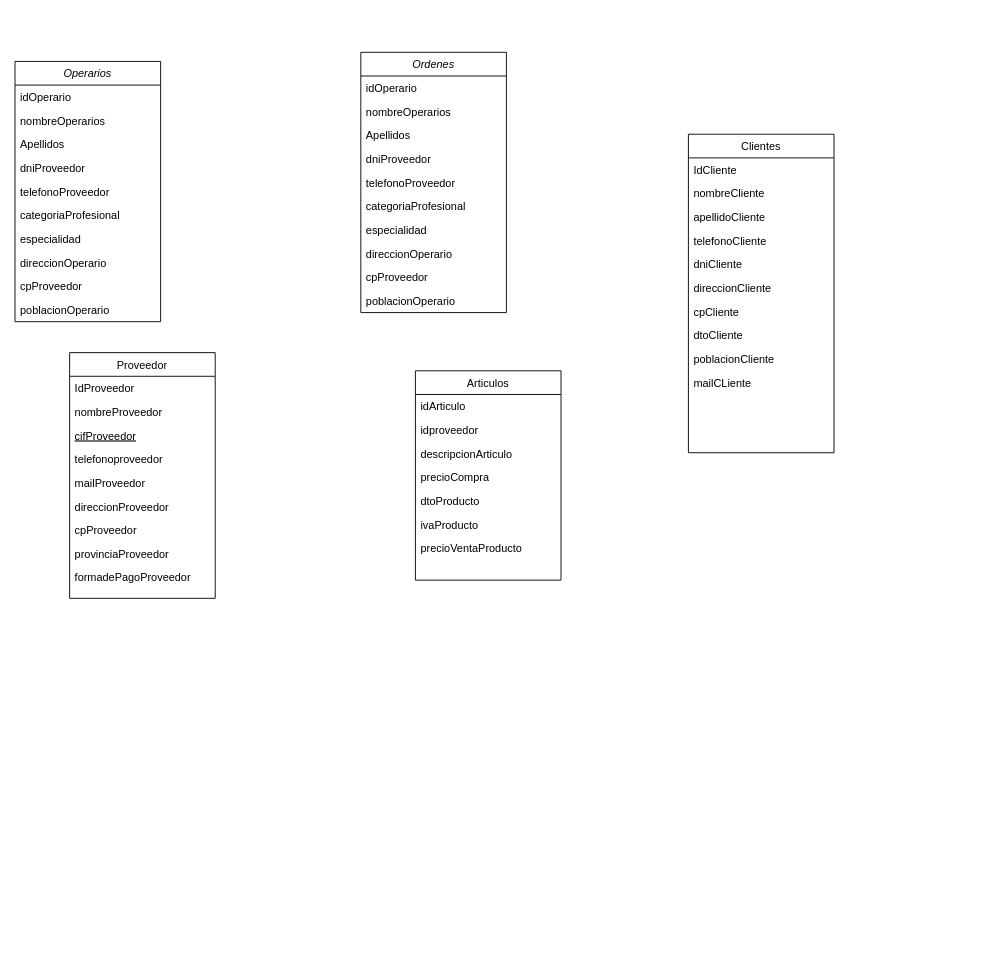
Before: Mi_UML_INREMO.drawio in Shmarte1970/drawIO, a draw.io diagram. Source tidied: cells renumbered, new cells numbered last; positions are measured from the earlier drawing's top-left corner, leaving out a move shared by most shapes. Both pictures are drawn from the tidied source at 91%, with x=0, y=0 at pixel (15, 52).
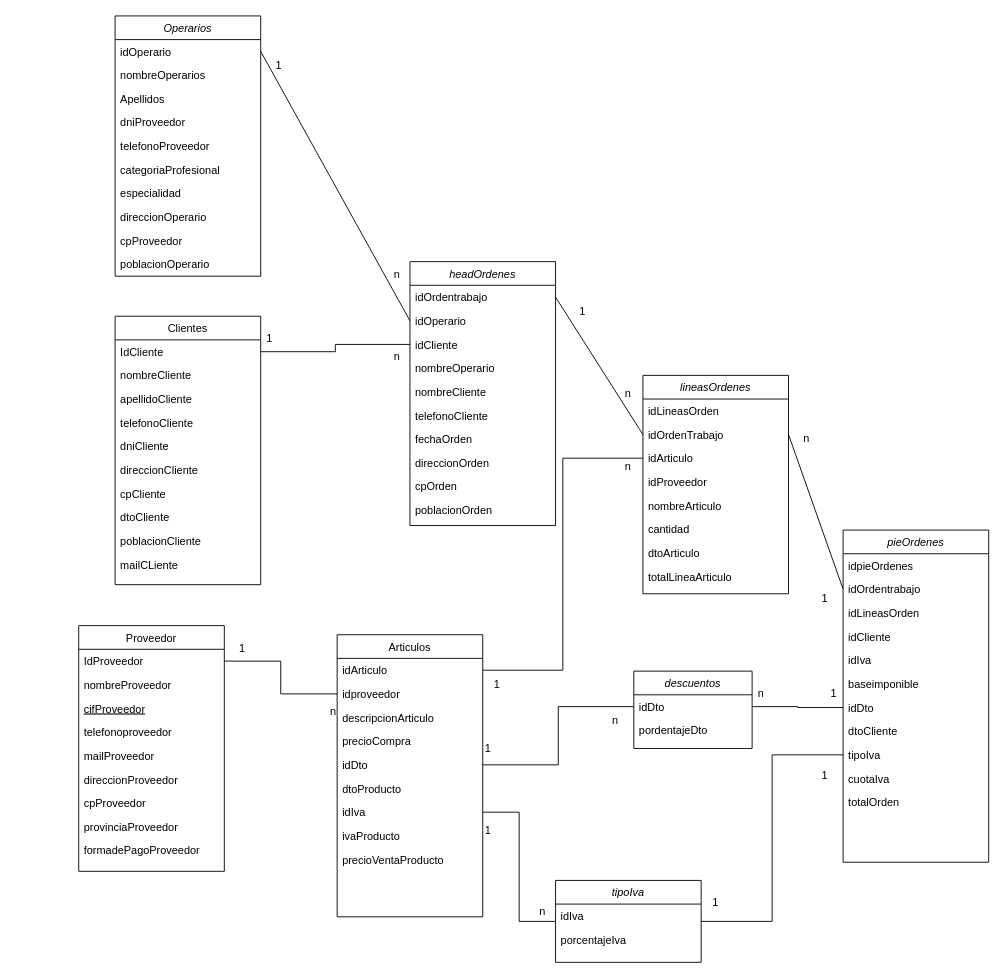
The same page after the edit.

The change refers to these unchanged cells:
```xml
<mxCell id="3" value="idOperario&#10;" style="text;align=left;verticalAlign=top;spacingLeft=4;spacingRight=4;overflow=hidden;points=[[0,0.5],[1,0.5]];portConstraint=eastwest;rounded=0;shadow=0;html=0;" parent="2" vertex="1">
  <mxGeometry y="26" width="160" height="26" as="geometry" />
</mxCell>
<mxCell id="14" value="IdProveedor" style="text;align=left;verticalAlign=top;spacingLeft=4;spacingRight=4;overflow=hidden;points=[[0,0.5],[1,0.5]];portConstraint=eastwest;" parent="13" vertex="1">
  <mxGeometry y="26" width="160" height="26" as="geometry" />
</mxCell>
<mxCell id="24" value="idArticulo" style="text;align=left;verticalAlign=top;spacingLeft=4;spacingRight=4;overflow=hidden;points=[[0,0.5],[1,0.5]];portConstraint=eastwest;" parent="23" vertex="1">
  <mxGeometry y="26" width="160" height="26" as="geometry" />
</mxCell>
<mxCell id="25" value="idproveedor" style="text;align=left;verticalAlign=top;spacingLeft=4;spacingRight=4;overflow=hidden;points=[[0,0.5],[1,0.5]];portConstraint=eastwest;" parent="23" vertex="1">
  <mxGeometry y="52" width="160" height="26" as="geometry" />
</mxCell>
<mxCell id="32" value="IdCliente" style="text;align=left;verticalAlign=top;spacingLeft=4;spacingRight=4;overflow=hidden;points=[[0,0.5],[1,0.5]];portConstraint=eastwest;" parent="31" vertex="1">
  <mxGeometry y="26" width="160" height="26" as="geometry" />
</mxCell>
```

What changed in the source:
```diff
@@
     <mxCell id="2" value="Operarios" style="swimlane;fontStyle=2;align=center;verticalAlign=top;horizontal=1;startSize=26;rounded=0;shadow=0;strokeWidth=1;" parent="1" vertex="1">
-      <mxGeometry y="10" width="160" height="286" as="geometry" />
+      <mxGeometry x="110" y="-40" width="160" height="286" as="geometry" />
     </mxCell>
@@
     <mxCell id="13" value="Proveedor" style="swimlane;fontStyle=0;align=center;verticalAlign=top;horizontal=1;startSize=26;rounded=0;shadow=0;strokeWidth=1;" parent="1" vertex="1">
-      <mxGeometry x="60" y="330" width="160" height="270" as="geometry" />
+      <mxGeometry x="70" y="630" width="160" height="270" as="geometry" />
     </mxCell>
@@
     <mxCell id="23" value="Articulos" style="swimlane;fontStyle=0;align=center;verticalAlign=top;horizontal=1;startSize=26;rounded=0;shadow=0;strokeWidth=1;" parent="1" vertex="1">
-      <mxGeometry x="440" y="350" width="160" height="230" as="geometry" />
+      <mxGeometry x="354" y="640" width="160" height="310" as="geometry" />
     </mxCell>
@@
+    <mxCell id="53" value="idDto" style="text;align=left;verticalAlign=top;spacingLeft=4;spacingRight=4;overflow=hidden;points=[[0,0.5],[1,0.5]];portConstraint=eastwest;" parent="23" vertex="1">
+      <mxGeometry y="130" width="160" height="26" as="geometry" />
+    </mxCell>
     <mxCell id="28" value="dtoProducto" style="text;align=left;verticalAlign=top;spacingLeft=4;spacingRight=4;overflow=hidden;" parent="23" vertex="1">
-      <mxGeometry y="130" width="160" height="26" as="geometry" />
+      <mxGeometry y="156" width="160" height="26" as="geometry" />
     </mxCell>
+    <mxCell id="54" value="idIva&#10;" style="text;align=left;verticalAlign=top;spacingLeft=4;spacingRight=4;overflow=hidden;points=[[0,0.5],[1,0.5]];portConstraint=eastwest;" parent="23" vertex="1">
+      <mxGeometry y="182" width="160" height="26" as="geometry" />
+    </mxCell>
     <mxCell id="29" value="ivaProducto" style="text;align=left;verticalAlign=top;spacingLeft=4;spacingRight=4;overflow=hidden;" parent="23" vertex="1">
-      <mxGeometry y="156" width="160" height="26" as="geometry" />
+      <mxGeometry y="208" width="160" height="26" as="geometry" />
     </mxCell>
     <mxCell id="30" value="precioVentaProducto" style="text;align=left;verticalAlign=top;spacingLeft=4;spacingRight=4;overflow=hidden;" parent="23" vertex="1">
-      <mxGeometry y="182" width="160" height="26" as="geometry" />
+      <mxGeometry y="234" width="160" height="26" as="geometry" />
     </mxCell>
     <mxCell id="31" value="Clientes&#10;" style="swimlane;fontStyle=0;align=center;verticalAlign=top;horizontal=1;startSize=26;rounded=0;shadow=0;strokeWidth=1;" parent="1" vertex="1">
-      <mxGeometry x="740" y="90" width="160" height="350" as="geometry" />
+      <mxGeometry x="110" y="290" width="160" height="295" as="geometry" />
     </mxCell>
@@
-    <mxCell id="42" value="Ordenes" style="swimlane;fontStyle=2;align=center;verticalAlign=top;horizontal=1;startSize=26;rounded=0;shadow=0;strokeWidth=1;" parent="1" vertex="1">
-      <mxGeometry x="380" width="160" height="286" as="geometry" />
+    <mxCell id="42" value="headOrdenes" style="swimlane;fontStyle=2;align=center;verticalAlign=top;horizontal=1;startSize=26;rounded=0;shadow=0;strokeWidth=1;" parent="1" vertex="1">
+      <mxGeometry x="434" y="230" width="160" height="290" as="geometry" />
     </mxCell>
-    <mxCell id="43" value="idOperario&#10;" style="text;align=left;verticalAlign=top;spacingLeft=4;spacingRight=4;overflow=hidden;points=[[0,0.5],[1,0.5]];portConstraint=eastwest;rounded=0;shadow=0;html=0;" parent="42" vertex="1">
+    <mxCell id="43" value="idOrdentrabajo" style="text;align=left;verticalAlign=top;spacingLeft=4;spacingRight=4;overflow=hidden;points=[[0,0.5],[1,0.5]];portConstraint=eastwest;rounded=0;shadow=0;html=0;" parent="42" vertex="1">
       <mxGeometry y="26" width="160" height="26" as="geometry" />
     </mxCell>
-    <mxCell id="44" value="nombreOperarios" style="text;align=left;verticalAlign=top;spacingLeft=4;spacingRight=4;overflow=hidden;points=[[0,0.5],[1,0.5]];portConstraint=eastwest;" parent="42" vertex="1">
+    <mxCell id="44" value="idOperario" style="text;align=left;verticalAlign=top;spacingLeft=4;spacingRight=4;overflow=hidden;points=[[0,0.5],[1,0.5]];portConstraint=eastwest;" parent="42" vertex="1">
       <mxGeometry y="52" width="160" height="26" as="geometry" />
     </mxCell>
-    <mxCell id="45" value="Apellidos&#10;" style="text;align=left;verticalAlign=top;spacingLeft=4;spacingRight=4;overflow=hidden;points=[[0,0.5],[1,0.5]];portConstraint=eastwest;" parent="42" vertex="1">
+    <mxCell id="45" value="idCliente" style="text;align=left;verticalAlign=top;spacingLeft=4;spacingRight=4;overflow=hidden;points=[[0,0.5],[1,0.5]];portConstraint=eastwest;" parent="42" vertex="1">
       <mxGeometry y="78" width="160" height="26" as="geometry" />
     </mxCell>
-    <mxCell id="46" value="dniProveedor" style="text;align=left;verticalAlign=top;spacingLeft=4;spacingRight=4;overflow=hidden;" parent="42" vertex="1">
+    <mxCell id="46" value="nombreOperario" style="text;align=left;verticalAlign=top;spacingLeft=4;spacingRight=4;overflow=hidden;" parent="42" vertex="1">
       <mxGeometry y="104" width="160" height="26" as="geometry" />
     </mxCell>
-    <mxCell id="47" value="telefonoProveedor" style="text;align=left;verticalAlign=top;spacingLeft=4;spacingRight=4;overflow=hidden;rounded=0;shadow=0;html=0;" parent="42" vertex="1">
+    <mxCell id="47" value="nombreCliente" style="text;align=left;verticalAlign=top;spacingLeft=4;spacingRight=4;overflow=hidden;rounded=0;shadow=0;html=0;" parent="42" vertex="1">
       <mxGeometry y="130" width="160" height="26" as="geometry" />
     </mxCell>
-    <mxCell id="48" value="categoriaProfesional" style="text;align=left;verticalAlign=top;spacingLeft=4;spacingRight=4;overflow=hidden;" parent="42" vertex="1">
+    <mxCell id="48" value="telefonoCliente" style="text;align=left;verticalAlign=top;spacingLeft=4;spacingRight=4;overflow=hidden;" parent="42" vertex="1">
       <mxGeometry y="156" width="160" height="26" as="geometry" />
     </mxCell>
-    <mxCell id="49" value="especialidad" style="text;align=left;verticalAlign=top;spacingLeft=4;spacingRight=4;overflow=hidden;" parent="42" vertex="1">
+    <mxCell id="49" value="fechaOrden" style="text;align=left;verticalAlign=top;spacingLeft=4;spacingRight=4;overflow=hidden;" parent="42" vertex="1">
       <mxGeometry y="182" width="160" height="26" as="geometry" />
     </mxCell>
-    <mxCell id="50" value="direccionOperario" style="text;align=left;verticalAlign=top;spacingLeft=4;spacingRight=4;overflow=hidden;" parent="42" vertex="1">
-      <mxGeometry y="208" width="160" height="26" as="geometry" />
-    </mxCell>
-    <mxCell id="51" value="cpProveedor" style="text;align=left;verticalAlign=top;spacingLeft=4;spacingRight=4;overflow=hidden;" parent="42" vertex="1">
-      <mxGeometry y="234" width="160" height="26" as="geometry" />
+    <mxCell id="51" value="direccionOrden" style="text;align=left;verticalAlign=top;spacingLeft=4;spacingRight=4;overflow=hidden;" parent="42" vertex="1">
+      <mxGeometry y="208" width="160" height="26" as="geometry" />
     </mxCell>
-    <mxCell id="52" value="poblacionOperario" style="text;align=left;verticalAlign=top;spacingLeft=4;spacingRight=4;overflow=hidden;" parent="42" vertex="1">
-      <mxGeometry y="260" width="160" height="26" as="geometry" />
+    <mxCell id="52" value="cpOrden" style="text;align=left;verticalAlign=top;spacingLeft=4;spacingRight=4;overflow=hidden;" parent="42" vertex="1">
+      <mxGeometry y="234" width="160" height="26" as="geometry" />
     </mxCell>
+    <mxCell id="55" value="poblacionOrden" style="text;align=left;verticalAlign=top;spacingLeft=4;spacingRight=4;overflow=hidden;" parent="42" vertex="1">
+      <mxGeometry y="260" width="160" height="26" as="geometry" />
+    </mxCell>
+    <mxCell id="56" value="lineasOrdenes" style="swimlane;fontStyle=2;align=center;verticalAlign=top;horizontal=1;startSize=26;rounded=0;shadow=0;strokeWidth=1;" parent="1" vertex="1">
+      <mxGeometry x="690" y="355" width="160" height="240" as="geometry" />
+    </mxCell>
+    <mxCell id="57" value="idLineasOrden&#10;" style="text;align=left;verticalAlign=top;spacingLeft=4;spacingRight=4;overflow=hidden;rounded=0;shadow=0;html=0;" parent="56" vertex="1">
+      <mxGeometry y="26" width="160" height="26" as="geometry" />
+    </mxCell>
+    <mxCell id="58" value="idOrdenTrabajo" style="text;align=left;verticalAlign=top;spacingLeft=4;spacingRight=4;overflow=hidden;points=[[0,0.5],[1,0.5]];portConstraint=eastwest;" parent="56" vertex="1">
+      <mxGeometry y="52" width="160" height="26" as="geometry" />
+    </mxCell>
+    <mxCell id="59" value="idArticulo" style="text;align=left;verticalAlign=top;spacingLeft=4;spacingRight=4;overflow=hidden;points=[[0,0.5],[1,0.5]];portConstraint=eastwest;" parent="56" vertex="1">
+      <mxGeometry y="78" width="160" height="26" as="geometry" />
+    </mxCell>
+    <mxCell id="60" value="idProveedor&#10;" style="text;align=left;verticalAlign=top;spacingLeft=4;spacingRight=4;overflow=hidden;" parent="56" vertex="1">
+      <mxGeometry y="104" width="160" height="26" as="geometry" />
+    </mxCell>
+    <mxCell id="61" value="nombreArticulo" style="text;align=left;verticalAlign=top;spacingLeft=4;spacingRight=4;overflow=hidden;" parent="56" vertex="1">
+      <mxGeometry y="130" width="160" height="26" as="geometry" />
+    </mxCell>
+    <mxCell id="62" value="cantidad" style="text;align=left;verticalAlign=top;spacingLeft=4;spacingRight=4;overflow=hidden;rounded=0;shadow=0;html=0;" parent="56" vertex="1">
+      <mxGeometry y="156" width="160" height="26" as="geometry" />
+    </mxCell>
+    <mxCell id="63" value="dtoArticulo" style="text;align=left;verticalAlign=top;spacingLeft=4;spacingRight=4;overflow=hidden;" parent="56" vertex="1">
+      <mxGeometry y="182" width="160" height="26" as="geometry" />
+    </mxCell>
+    <mxCell id="64" value="totalLineaArticulo" style="text;align=left;verticalAlign=top;spacingLeft=4;spacingRight=4;overflow=hidden;" parent="56" vertex="1">
+      <mxGeometry y="208" width="160" height="26" as="geometry" />
+    </mxCell>
+    <mxCell id="65" value="pieOrdenes" style="swimlane;fontStyle=2;align=center;verticalAlign=top;horizontal=1;startSize=26;rounded=0;shadow=0;strokeWidth=1;" parent="1" vertex="1">
+      <mxGeometry x="910" y="525" width="160" height="365" as="geometry" />
+    </mxCell>
+    <mxCell id="66" value="idpieOrdenes" style="text;align=left;verticalAlign=top;spacingLeft=4;spacingRight=4;overflow=hidden;rounded=0;shadow=0;html=0;" parent="65" vertex="1">
+      <mxGeometry y="26" width="160" height="26" as="geometry" />
+    </mxCell>
+    <mxCell id="67" value="idOrdentrabajo" style="text;align=left;verticalAlign=top;spacingLeft=4;spacingRight=4;overflow=hidden;points=[[0,0.5],[1,0.5]];portConstraint=eastwest;" parent="65" vertex="1">
+      <mxGeometry y="52" width="160" height="26" as="geometry" />
+    </mxCell>
+    <mxCell id="68" value="idLineasOrden" style="text;align=left;verticalAlign=top;spacingLeft=4;spacingRight=4;overflow=hidden;" parent="65" vertex="1">
+      <mxGeometry y="78" width="160" height="26" as="geometry" />
+    </mxCell>
+    <mxCell id="69" value="idCliente" style="text;align=left;verticalAlign=top;spacingLeft=4;spacingRight=4;overflow=hidden;" parent="65" vertex="1">
+      <mxGeometry y="104" width="160" height="26" as="geometry" />
+    </mxCell>
+    <mxCell id="70" value="idIva" style="text;align=left;verticalAlign=top;spacingLeft=4;spacingRight=4;overflow=hidden;" parent="65" vertex="1">
+      <mxGeometry y="130" width="160" height="26" as="geometry" />
+    </mxCell>
+    <mxCell id="71" value="baseimponible" style="text;align=left;verticalAlign=top;spacingLeft=4;spacingRight=4;overflow=hidden;" parent="65" vertex="1">
+      <mxGeometry y="156" width="160" height="26" as="geometry" />
+    </mxCell>
+    <mxCell id="72" value="idDto&#10;" style="text;align=left;verticalAlign=top;spacingLeft=4;spacingRight=4;overflow=hidden;points=[[0,0.5],[1,0.5]];portConstraint=eastwest;" parent="65" vertex="1">
+      <mxGeometry y="182" width="160" height="26" as="geometry" />
+    </mxCell>
+    <mxCell id="73" value="dtoCliente" style="text;align=left;verticalAlign=top;spacingLeft=4;spacingRight=4;overflow=hidden;rounded=0;shadow=0;html=0;" parent="65" vertex="1">
+      <mxGeometry y="208" width="160" height="26" as="geometry" />
+    </mxCell>
+    <mxCell id="74" value="tipoIva" style="text;align=left;verticalAlign=top;spacingLeft=4;spacingRight=4;overflow=hidden;points=[[0,0.5],[1,0.5]];portConstraint=eastwest;" parent="65" vertex="1">
+      <mxGeometry y="234" width="160" height="26" as="geometry" />
+    </mxCell>
+    <mxCell id="75" value="cuotaIva" style="text;align=left;verticalAlign=top;spacingLeft=4;spacingRight=4;overflow=hidden;" parent="65" vertex="1">
+      <mxGeometry y="260" width="160" height="26" as="geometry" />
+    </mxCell>
+    <mxCell id="76" value="totalOrden" style="text;align=left;verticalAlign=top;spacingLeft=4;spacingRight=4;overflow=hidden;" parent="65" vertex="1">
+      <mxGeometry y="286" width="160" height="26" as="geometry" />
+    </mxCell>
+    <mxCell id="77" style="edgeStyle=orthogonalEdgeStyle;rounded=0;jettySize=auto;html=1;exitX=0;exitY=0.5;exitDx=0;exitDy=0;endArrow=none;endFill=0;" parent="1" edge="1" source="79" target="54">
+      <mxGeometry relative="1" as="geometry" />
+    </mxCell>
+    <mxCell id="78" style="edgeStyle=orthogonalEdgeStyle;rounded=0;jettySize=auto;html=1;exitX=1;exitY=0.5;exitDx=0;exitDy=0;entryX=0;entryY=0.5;entryDx=0;entryDy=0;endArrow=none;endFill=0;" parent="1" edge="1" source="79" target="74">
+      <mxGeometry relative="1" as="geometry" />
+    </mxCell>
+    <mxCell id="79" value="tipoIva" style="swimlane;fontStyle=2;align=center;verticalAlign=top;horizontal=1;startSize=26;rounded=0;shadow=0;strokeWidth=1;" parent="1" vertex="1">
+      <mxGeometry x="594" y="910" width="160" height="90" as="geometry" />
+    </mxCell>
+    <mxCell id="80" value="idIva" style="text;align=left;verticalAlign=top;spacingLeft=4;spacingRight=4;overflow=hidden;rounded=0;shadow=0;html=0;" parent="79" vertex="1">
+      <mxGeometry y="26" width="160" height="26" as="geometry" />
+    </mxCell>
+    <mxCell id="81" value="porcentajeIva" style="text;align=left;verticalAlign=top;spacingLeft=4;spacingRight=4;overflow=hidden;" parent="79" vertex="1">
+      <mxGeometry y="52" width="160" height="26" as="geometry" />
+    </mxCell>
+    <mxCell id="82" value="descuentos" style="swimlane;fontStyle=2;align=center;verticalAlign=top;horizontal=1;startSize=26;rounded=0;shadow=0;strokeWidth=1;" parent="1" vertex="1">
+      <mxGeometry x="680" y="680" width="130" height="85" as="geometry" />
+    </mxCell>
+    <mxCell id="83" value="idDto&#10;" style="text;align=left;verticalAlign=top;spacingLeft=4;spacingRight=4;overflow=hidden;points=[[0,0.5],[1,0.5]];portConstraint=eastwest;rounded=0;shadow=0;html=0;" parent="82" vertex="1">
+      <mxGeometry y="26" width="130" height="26" as="geometry" />
+    </mxCell>
+    <mxCell id="84" value="pordentajeDto" style="text;align=left;verticalAlign=top;spacingLeft=4;spacingRight=4;overflow=hidden;" parent="82" vertex="1">
+      <mxGeometry y="52" width="130" height="26" as="geometry" />
+    </mxCell>
+    <mxCell id="85" style="edgeStyle=none;rounded=0;jettySize=auto;html=1;exitX=1;exitY=0.5;exitDx=0;exitDy=0;entryX=0;entryY=0.5;entryDx=0;entryDy=0;endArrow=none;endFill=0;" parent="1" edge="1" source="43" target="58">
+      <mxGeometry relative="1" as="geometry" />
+    </mxCell>
+    <mxCell id="86" value="1" style="text;html=1;strokeColor=none;fillColor=none;align=center;verticalAlign=middle;whiteSpace=wrap;rounded=0;" parent="1" vertex="1">
+      <mxGeometry x="594" y="270" width="60" height="30" as="geometry" />
+    </mxCell>
+    <mxCell id="87" value="n" style="text;html=1;strokeColor=none;fillColor=none;align=center;verticalAlign=middle;whiteSpace=wrap;rounded=0;" parent="1" vertex="1">
+      <mxGeometry x="644" y="360" width="60" height="30" as="geometry" />
+    </mxCell>
+    <mxCell id="88" style="edgeStyle=none;rounded=0;jettySize=auto;html=1;exitX=0;exitY=0.5;exitDx=0;exitDy=0;entryX=1;entryY=0.5;entryDx=0;entryDy=0;endArrow=none;endFill=0;" parent="1" edge="1" source="67" target="58">
+      <mxGeometry relative="1" as="geometry" />
+    </mxCell>
+    <mxCell id="89" value="n" style="text;html=1;strokeColor=none;fillColor=none;align=center;verticalAlign=middle;whiteSpace=wrap;rounded=0;" parent="1" vertex="1">
+      <mxGeometry x="840" y="410" width="60" height="30" as="geometry" />
+    </mxCell>
+    <mxCell id="90" value="1" style="text;html=1;strokeColor=none;fillColor=none;align=center;verticalAlign=middle;whiteSpace=wrap;rounded=0;" parent="1" vertex="1">
+      <mxGeometry x="860" y="585" width="60" height="30" as="geometry" />
+    </mxCell>
+    <mxCell id="91" style="edgeStyle=none;rounded=0;jettySize=auto;html=1;exitX=1;exitY=0.5;exitDx=0;exitDy=0;entryX=0;entryY=0.5;entryDx=0;entryDy=0;endArrow=none;endFill=0;" parent="1" edge="1" source="3" target="44">
+      <mxGeometry relative="1" as="geometry" />
+    </mxCell>
+    <mxCell id="92" value="1" style="text;html=1;strokeColor=none;fillColor=none;align=center;verticalAlign=middle;whiteSpace=wrap;rounded=0;" parent="1" vertex="1">
+      <mxGeometry x="260" width="60" height="30" as="geometry" />
+    </mxCell>
+    <mxCell id="93" value="n" style="text;html=1;strokeColor=none;fillColor=none;align=center;verticalAlign=middle;whiteSpace=wrap;rounded=0;" parent="1" vertex="1">
+      <mxGeometry x="390" y="230" width="60" height="30" as="geometry" />
+    </mxCell>
+    <mxCell id="94" style="edgeStyle=orthogonalEdgeStyle;rounded=0;jettySize=auto;html=1;exitX=1;exitY=0.5;exitDx=0;exitDy=0;entryX=0;entryY=0.5;entryDx=0;entryDy=0;endArrow=none;endFill=0;" parent="1" edge="1" source="24" target="59">
+      <mxGeometry relative="1" as="geometry" />
+    </mxCell>
+    <mxCell id="95" value="1" style="text;html=1;strokeColor=none;fillColor=none;align=center;verticalAlign=middle;whiteSpace=wrap;rounded=0;" parent="1" vertex="1">
+      <mxGeometry x="500" y="680" width="60" height="30" as="geometry" />
+    </mxCell>
+    <mxCell id="96" value="n" style="text;html=1;strokeColor=none;fillColor=none;align=center;verticalAlign=middle;whiteSpace=wrap;rounded=0;" parent="1" vertex="1">
+      <mxGeometry x="644" y="440" width="60" height="30" as="geometry" />
+    </mxCell>
+    <mxCell id="97" style="edgeStyle=orthogonalEdgeStyle;rounded=0;jettySize=auto;html=1;exitX=1;exitY=0.5;exitDx=0;exitDy=0;endArrow=none;endFill=0;" parent="1" edge="1" source="14" target="25">
+      <mxGeometry relative="1" as="geometry" />
+    </mxCell>
+    <mxCell id="98" value="1" style="text;html=1;strokeColor=none;fillColor=none;align=center;verticalAlign=middle;whiteSpace=wrap;rounded=0;" parent="1" vertex="1">
+      <mxGeometry x="220" y="640" width="60" height="30" as="geometry" />
+    </mxCell>
+    <mxCell id="99" value="n" style="text;html=1;strokeColor=none;fillColor=none;align=center;verticalAlign=middle;whiteSpace=wrap;rounded=0;" parent="1" vertex="1">
+      <mxGeometry x="320" y="710" width="60" height="30" as="geometry" />
+    </mxCell>
+    <mxCell id="100" value="1" style="text;html=1;strokeColor=none;fillColor=none;align=center;verticalAlign=middle;whiteSpace=wrap;rounded=0;" parent="1" vertex="1">
+      <mxGeometry x="490" y="840" width="60" height="30" as="geometry" />
+    </mxCell>
+    <mxCell id="101" value="n" style="text;html=1;strokeColor=none;fillColor=none;align=center;verticalAlign=middle;whiteSpace=wrap;rounded=0;" parent="1" vertex="1">
+      <mxGeometry x="550" y="930" width="60" height="30" as="geometry" />
+    </mxCell>
+    <mxCell id="102" value="1" style="text;html=1;strokeColor=none;fillColor=none;align=center;verticalAlign=middle;whiteSpace=wrap;rounded=0;" parent="1" vertex="1">
+      <mxGeometry x="740" y="920" width="60" height="30" as="geometry" />
+    </mxCell>
+    <mxCell id="103" value="1" style="text;html=1;strokeColor=none;fillColor=none;align=center;verticalAlign=middle;whiteSpace=wrap;rounded=0;" parent="1" vertex="1">
+      <mxGeometry x="860" y="780" width="60" height="30" as="geometry" />
+    </mxCell>
+    <mxCell id="104" style="edgeStyle=orthogonalEdgeStyle;rounded=0;jettySize=auto;html=1;exitX=0;exitY=0.5;exitDx=0;exitDy=0;endArrow=none;endFill=0;" parent="1" edge="1" source="83" target="53">
+      <mxGeometry relative="1" as="geometry" />
+    </mxCell>
+    <mxCell id="105" value="1" style="text;html=1;strokeColor=none;fillColor=none;align=center;verticalAlign=middle;whiteSpace=wrap;rounded=0;" parent="1" vertex="1">
+      <mxGeometry x="490" y="750" width="60" height="30" as="geometry" />
+    </mxCell>
+    <mxCell id="106" value="n" style="text;html=1;strokeColor=none;fillColor=none;align=center;verticalAlign=middle;whiteSpace=wrap;rounded=0;" parent="1" vertex="1">
+      <mxGeometry x="630" y="720" width="60" height="30" as="geometry" />
+    </mxCell>
+    <mxCell id="107" style="edgeStyle=orthogonalEdgeStyle;rounded=0;jettySize=auto;html=1;exitX=1;exitY=0.5;exitDx=0;exitDy=0;endArrow=none;endFill=0;" parent="1" edge="1" source="83" target="72">
+      <mxGeometry relative="1" as="geometry" />
+    </mxCell>
+    <mxCell id="108" value="1" style="text;html=1;strokeColor=none;fillColor=none;align=center;verticalAlign=middle;whiteSpace=wrap;rounded=0;" parent="1" vertex="1">
+      <mxGeometry x="870" y="690" width="60" height="30" as="geometry" />
+    </mxCell>
+    <mxCell id="109" value="n" style="text;html=1;strokeColor=none;fillColor=none;align=center;verticalAlign=middle;whiteSpace=wrap;rounded=0;" parent="1" vertex="1">
+      <mxGeometry x="790" y="690" width="60" height="30" as="geometry" />
+    </mxCell>
+    <mxCell id="110" style="edgeStyle=orthogonalEdgeStyle;rounded=0;jettySize=auto;html=1;exitX=1;exitY=0.5;exitDx=0;exitDy=0;endArrow=none;endFill=0;" parent="1" edge="1" source="32" target="45">
+      <mxGeometry relative="1" as="geometry" />
+    </mxCell>
+    <mxCell id="111" value="1" style="text;html=1;strokeColor=none;fillColor=none;align=center;verticalAlign=middle;whiteSpace=wrap;rounded=0;" parent="1" vertex="1">
+      <mxGeometry x="250" y="300" width="60" height="30" as="geometry" />
+    </mxCell>
+    <mxCell id="112" value="n" style="text;html=1;strokeColor=none;fillColor=none;align=center;verticalAlign=middle;whiteSpace=wrap;rounded=0;" parent="1" vertex="1">
+      <mxGeometry x="390" y="320" width="60" height="30" as="geometry" />
+    </mxCell>
```
